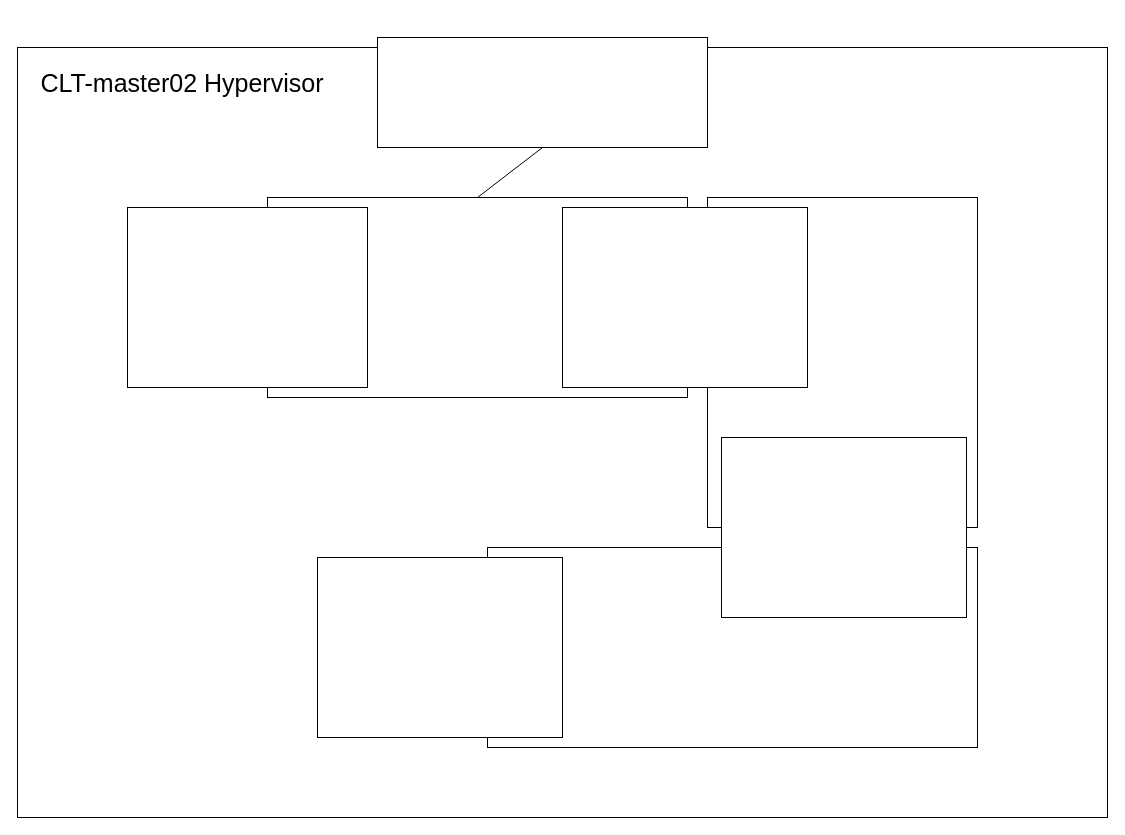
The draw.io diagram presentation-2023-02-22.drawio in yokikim/Report-resource-linux, before the edit. Source tidied: cells renumbered, new cells numbered last; positions are measured from the earlier drawing's top-left corner, leaving out a move shared by most shapes. Both pictures are drawn from the tidied source at 100%, with x=0, y=0 at pixel (17, 37). Pictures stored in the file or linked from it are replaced by grey dashed boxes.
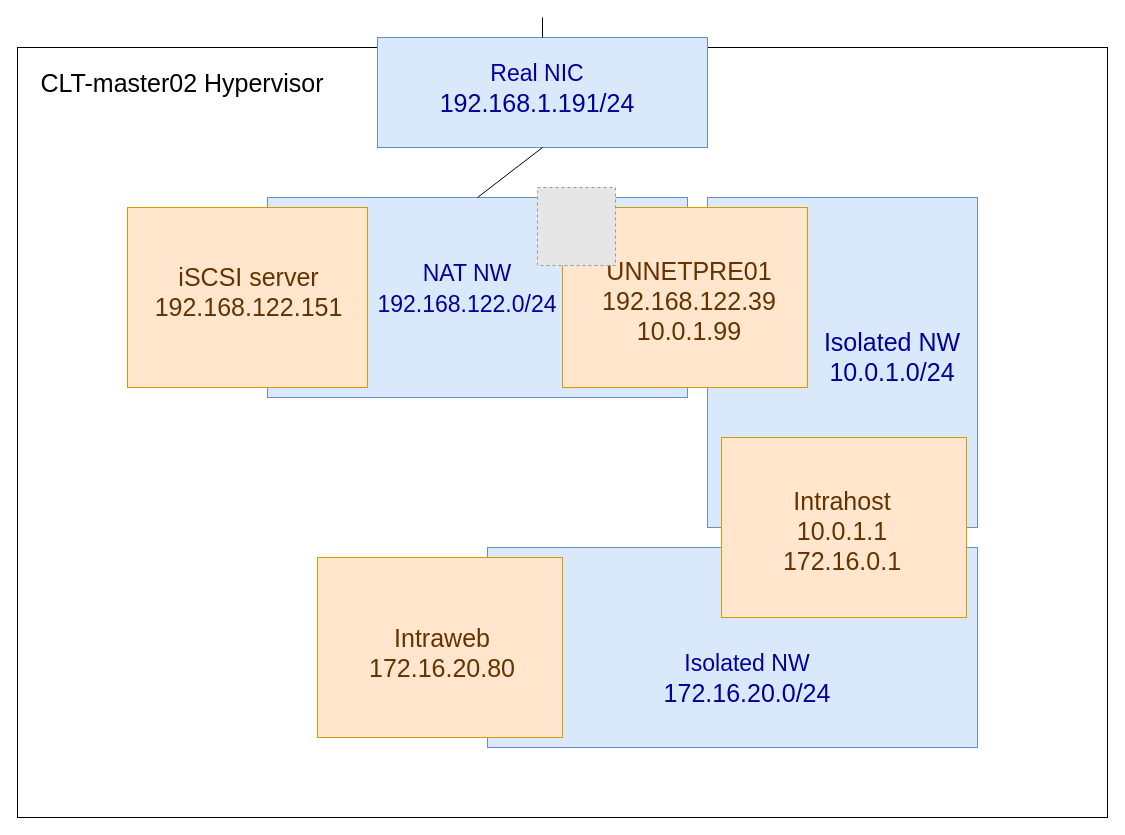
The same diagram, later.

What changed in the source:
```diff
@@
-    <mxCell id="6" style="rounded=0;whiteSpace=wrap;html=1;fontSize=25;" parent="5" vertex="1">
+    <mxCell id="6" style="rounded=0;whiteSpace=wrap;html=1;fontSize=25;fillColor=#dae8fc;strokeColor=#6c8ebf;" parent="5" vertex="1">
       <mxGeometry x="250" y="160" width="420" height="200" as="geometry" />
     </mxCell>
-    <mxCell id="7" style="rounded=0;whiteSpace=wrap;html=1;fontSize=25;" parent="5" vertex="1">
+    <mxCell id="7" style="rounded=0;whiteSpace=wrap;html=1;fontSize=25;fillColor=#dae8fc;strokeColor=#6c8ebf;" parent="5" vertex="1">
       <mxGeometry x="360" width="330" height="110" as="geometry" />
     </mxCell>
-    <mxCell id="8" style="rounded=0;whiteSpace=wrap;html=1;fontSize=25;" parent="5" vertex="1">
+    <mxCell id="8" style="rounded=0;whiteSpace=wrap;html=1;fontSize=25;fillColor=#dae8fc;strokeColor=#6c8ebf;" parent="5" vertex="1">
       <mxGeometry x="690" y="160" width="270" height="330" as="geometry" />
     </mxCell>
-    <mxCell id="9" style="rounded=0;whiteSpace=wrap;html=1;fontSize=25;" parent="5" vertex="1">
+    <mxCell id="9" style="rounded=0;whiteSpace=wrap;html=1;fontSize=25;fillColor=#dae8fc;strokeColor=#6c8ebf;" parent="5" vertex="1">
       <mxGeometry x="470" y="510" width="490" height="200" as="geometry" />
     </mxCell>
@@
+    <mxCell id="16" style="endArrow=none;html=1;rounded=0;fontSize=25;exitX=0.5;exitY=0;exitDx=0;exitDy=0;" parent="5" edge="1" source="7">
+      <mxGeometry relative="1" as="geometry">
+        <mxPoint x="525" y="-20" as="targetPoint" />
+      </mxGeometry>
+    </mxCell>
@@
-    <mxCell id="12" style="rounded=0;whiteSpace=wrap;html=1;fontSize=25;" parent="11" vertex="1">
+    <mxCell id="12" style="rounded=0;whiteSpace=wrap;html=1;fontSize=25;fillColor=#ffe6cc;strokeColor=#d79b00;" parent="11" vertex="1">
       <mxGeometry x="545" y="170" width="245" height="180" as="geometry" />
     </mxCell>
-    <mxCell id="13" style="rounded=0;whiteSpace=wrap;html=1;fontSize=25;" parent="11" vertex="1">
+    <mxCell id="13" style="rounded=0;whiteSpace=wrap;html=1;fontSize=25;fillColor=#ffe6cc;strokeColor=#d79b00;" parent="11" vertex="1">
       <mxGeometry x="110" y="170" width="240" height="180" as="geometry" />
     </mxCell>
-    <mxCell id="14" style="rounded=0;whiteSpace=wrap;html=1;fontSize=25;" parent="11" vertex="1">
+    <mxCell id="14" style="rounded=0;whiteSpace=wrap;html=1;fontSize=25;fillColor=#ffe6cc;strokeColor=#d79b00;" parent="11" vertex="1">
       <mxGeometry x="704" y="400" width="245" height="180" as="geometry" />
     </mxCell>
-    <mxCell id="15" style="rounded=0;whiteSpace=wrap;html=1;fontSize=25;" parent="11" vertex="1">
+    <mxCell id="15" style="rounded=0;whiteSpace=wrap;html=1;fontSize=25;fillColor=#ffe6cc;strokeColor=#d79b00;" parent="11" vertex="1">
       <mxGeometry x="300" y="520" width="245" height="180" as="geometry" />
     </mxCell>
+    <mxCell id="17" parent="0" />
+    <mxCell id="18" value="&lt;font style=&quot;font-size: 23px;&quot;&gt;NAT NW&lt;br&gt;192.168.122.0/24&lt;/font&gt;" style="text;html=1;strokeColor=none;fillColor=none;align=center;verticalAlign=middle;whiteSpace=wrap;rounded=0;fontSize=25;fontColor=#000099;" parent="17" vertex="1">
+      <mxGeometry x="360" y="210" width="180" height="80" as="geometry" />
+    </mxCell>
+    <mxCell id="19" value="&lt;span style=&quot;&quot;&gt;Isolated NW&lt;br&gt;10.0.1.0/24&lt;br&gt;&lt;/span&gt;" style="text;html=1;strokeColor=none;fillColor=none;align=center;verticalAlign=middle;whiteSpace=wrap;rounded=0;fontSize=25;fontColor=#000099;" parent="17" vertex="1">
+      <mxGeometry x="790" y="244" width="170" height="150" as="geometry" />
+    </mxCell>
+    <mxCell id="20" value="&lt;span style=&quot;font-size: 23px;&quot;&gt;Isolated NW&lt;br&gt;&lt;/span&gt;172.16.20.0/24" style="text;html=1;strokeColor=none;fillColor=none;align=center;verticalAlign=middle;whiteSpace=wrap;rounded=0;fontSize=25;fontColor=#000099;" parent="17" vertex="1">
+      <mxGeometry x="640" y="600" width="180" height="80" as="geometry" />
+    </mxCell>
+    <mxCell id="21" value="&lt;span style=&quot;font-size: 23px;&quot;&gt;Real NIC&lt;br&gt;&lt;/span&gt;192.168.1.191/24" style="text;html=1;strokeColor=none;fillColor=none;align=center;verticalAlign=middle;whiteSpace=wrap;rounded=0;fontSize=25;fontColor=#000099;" parent="17" vertex="1">
+      <mxGeometry x="430" y="10" width="180" height="80" as="geometry" />
+    </mxCell>
+    <mxCell id="22" value="&lt;font color=&quot;#663300&quot;&gt;iSCSI server&lt;br&gt;192.168.122.151&lt;br&gt;&lt;/font&gt;" style="text;html=1;strokeColor=none;fillColor=none;align=center;verticalAlign=middle;whiteSpace=wrap;rounded=0;fontSize=25;fontColor=#000099;" parent="17" vertex="1">
+      <mxGeometry x="141" y="199" width="181" height="110" as="geometry" />
+    </mxCell>
+    <mxCell id="23" value="&lt;font color=&quot;#663300&quot;&gt;UNNETPRE01&lt;br&gt;192.168.122.39&lt;br&gt;10.0.1.99&lt;br&gt;&lt;/font&gt;" style="text;html=1;strokeColor=none;fillColor=none;align=center;verticalAlign=middle;whiteSpace=wrap;rounded=0;fontSize=25;fontColor=#000099;" parent="17" vertex="1">
+      <mxGeometry x="577" y="208" width="190" height="110" as="geometry" />
+    </mxCell>
+    <mxCell id="24" style="fillColor=#E6E6E6;strokeColor=#999999;dashed=1;html=1;verticalAlign=top;verticalLabelPosition=bottom;labelBackgroundColor=#ffffff;fontSize=25;fontColor=#663300;" parent="17" vertex="1">
+      <mxGeometry x="520" y="150" width="78" height="78" as="geometry" />
+    </mxCell>
+    <mxCell id="25" value="&lt;font color=&quot;#663300&quot;&gt;Intrahost&lt;br&gt;10.0.1.1&lt;br&gt;172.16.0.1&lt;br&gt;&lt;/font&gt;" style="text;html=1;strokeColor=none;fillColor=none;align=center;verticalAlign=middle;whiteSpace=wrap;rounded=0;fontSize=25;fontColor=#000099;" parent="17" vertex="1">
+      <mxGeometry x="730" y="438" width="190" height="110" as="geometry" />
+    </mxCell>
+    <mxCell id="26" value="&lt;font color=&quot;#663300&quot;&gt;Intraweb&lt;br&gt;172.16.20.80&lt;br&gt;&lt;/font&gt;" style="text;html=1;strokeColor=none;fillColor=none;align=center;verticalAlign=middle;whiteSpace=wrap;rounded=0;fontSize=25;fontColor=#000099;" parent="17" vertex="1">
+      <mxGeometry x="330" y="560" width="190" height="110" as="geometry" />
+    </mxCell>
```
